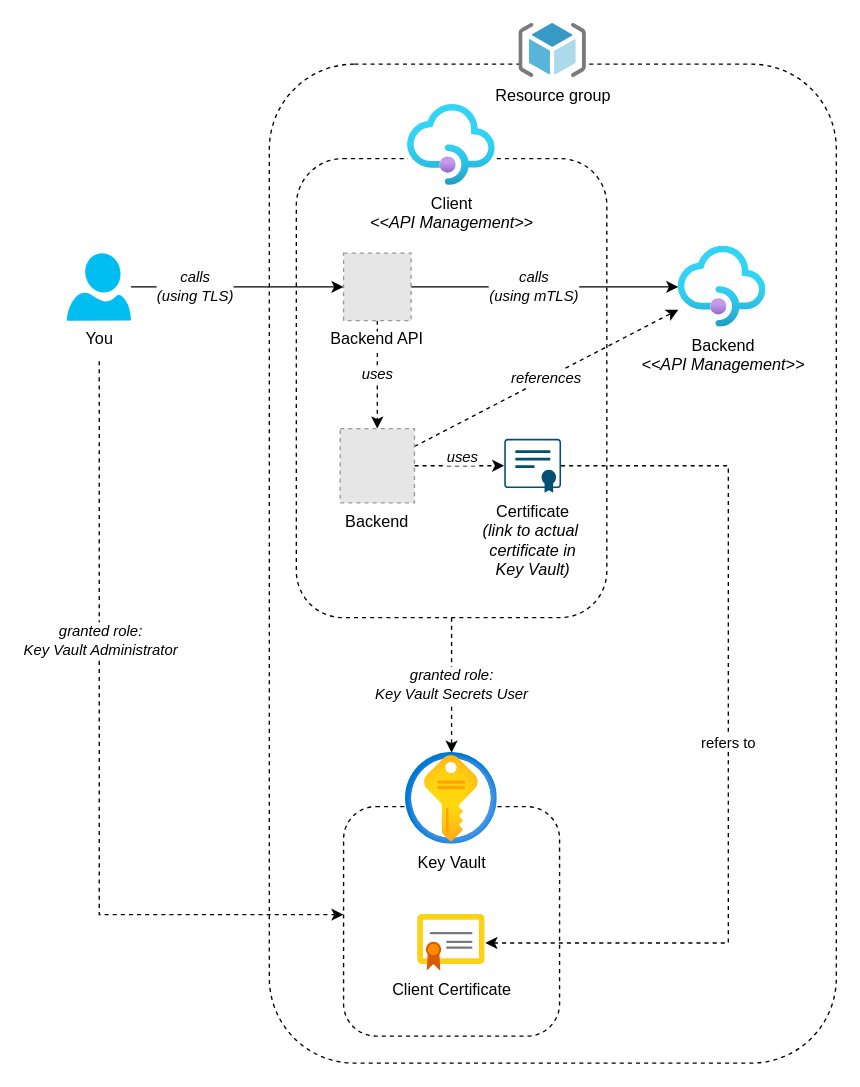
Earlier version of the draw.io diagram page "overview" (2 of 3) of static/images/apim-client-certificate-series/03-securing-backend-connections-with-mtls-in-apim/diagrams.drawio (ronaldbosma/blog). Source tidied: cells renumbered, new cells numbered last; positions are measured from the earlier drawing's top-left corner, leaving out a move shared by most shapes. Both pictures are drawn from the tidied source at 135%, with x=0, y=0 at pixel (66, 23). Pictures stored in the file or linked from it are replaced by grey dashed boxes.
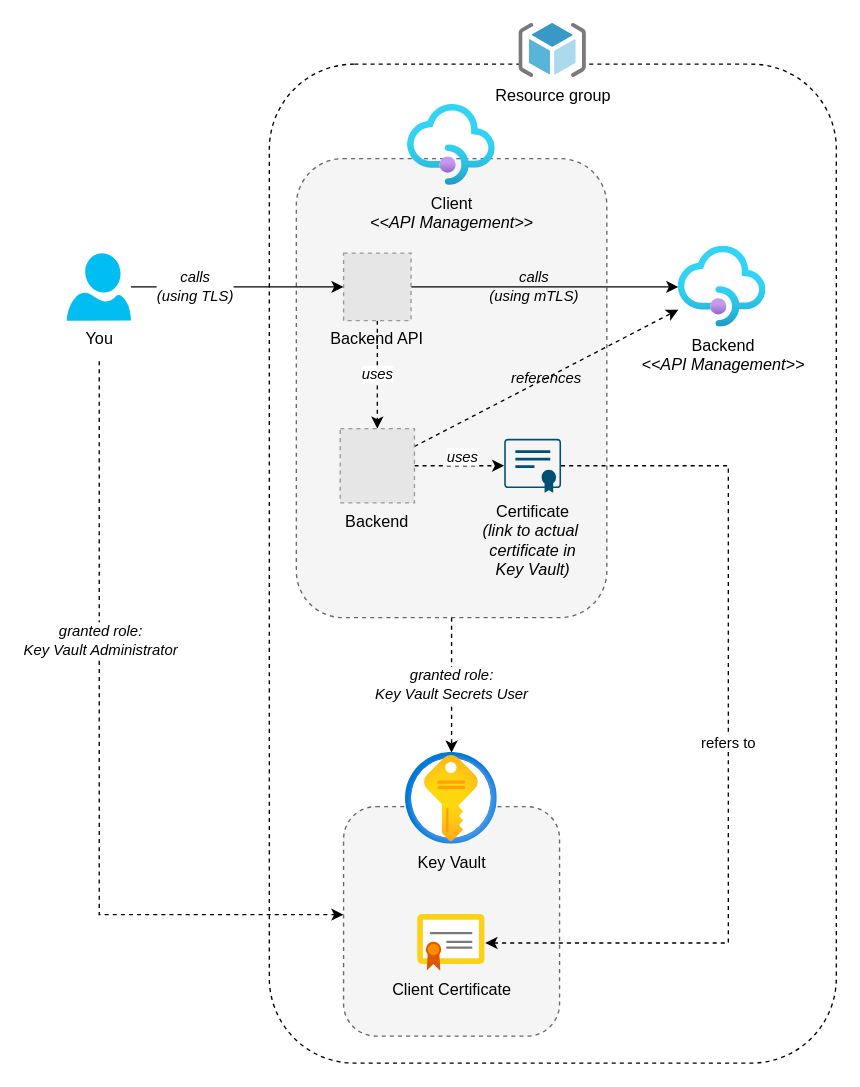
The same diagram, later.

Unchanged cells that the change refers to:
```xml
<mxCell id="4" value="Backend&lt;div&gt;&lt;i&gt;&amp;lt;&amp;lt;API Management&amp;gt;&amp;gt;&lt;/i&gt;&lt;br&gt;&lt;/div&gt;" style="image;html=1;points=[];align=center;fontSize=12;image=img/lib/azure2/app_services/API_Management_Services.svg;imageBackground=default;fontStyle=0;" parent="1" vertex="1">
  <mxGeometry x="453" y="165" width="65" height="60" as="geometry" />
</mxCell>
```

Diff of the diagram source:
```diff
@@
-    <mxCell id="3" style="rounded=1;whiteSpace=wrap;html=1;dashed=1;" parent="1" vertex="1">
+    <mxCell id="3" style="rounded=1;whiteSpace=wrap;html=1;dashed=1;fillColor=#f5f5f5;fontColor=#333333;strokeColor=#666666;" parent="1" vertex="1">
       <mxGeometry x="170" y="100" width="230" height="340" as="geometry" />
     </mxCell>
@@
-    <mxCell id="7" value="calls&lt;div&gt;(using mTLS)&lt;/div&gt;" style="edgeStyle=orthogonalEdgeStyle;rounded=0;jettySize=auto;html=1;fontStyle=2;" parent="1" edge="1" source="9" target="4">
+    <mxCell id="7" value="calls&lt;div&gt;(using mTLS)&lt;/div&gt;" style="edgeStyle=orthogonalEdgeStyle;rounded=0;jettySize=auto;html=1;fontStyle=2;labelBackgroundColor=none;" parent="1" edge="1" source="9" target="4">
       <mxGeometry x="-0.08" relative="1" as="geometry" />
     </mxCell>
@@
-    <mxCell id="9" value="Backend API" style="fillColor=#E6E6E6;strokeColor=#999999;dashed=1;verticalLabelPosition=bottom;labelBackgroundColor=default;verticalAlign=top;fontStyle=0;" parent="1" vertex="1">
+    <mxCell id="9" value="Backend API" style="fillColor=#E6E6E6;strokeColor=#999999;dashed=1;verticalLabelPosition=bottom;labelBackgroundColor=none;verticalAlign=top;fontStyle=0;" parent="1" vertex="1">
       <mxGeometry x="205" y="170" width="50" height="50" as="geometry" />
     </mxCell>
-    <mxCell id="10" value="Client&lt;div&gt;&lt;i&gt;&amp;lt;&amp;lt;API Management&amp;gt;&amp;gt;&lt;/i&gt;&lt;/div&gt;" style="image;html=1;align=center;fontSize=12;image=img/lib/azure2/app_services/API_Management_Services.svg;imageBackground=default;" parent="1" vertex="1">
+    <mxCell id="10" value="Client&lt;div&gt;&lt;i&gt;&amp;lt;&amp;lt;API Management&amp;gt;&amp;gt;&lt;/i&gt;&lt;/div&gt;" style="image;html=1;align=center;fontSize=12;image=img/lib/azure2/app_services/API_Management_Services.svg;imageBackground=none;labelBackgroundColor=none;" parent="1" vertex="1">
       <mxGeometry x="252.5" y="60" width="65" height="60" as="geometry" />
     </mxCell>
@@
-    <mxCell id="14" style="rounded=1;whiteSpace=wrap;html=1;dashed=1;" parent="1" vertex="1">
+    <mxCell id="14" style="rounded=1;whiteSpace=wrap;html=1;dashed=1;fillColor=#f5f5f5;fontColor=#333333;strokeColor=#666666;" parent="1" vertex="1">
       <mxGeometry x="205" y="580" width="160" height="170" as="geometry" />
     </mxCell>
-    <mxCell id="15" value="Client Certificate" style="image;sketch=0;html=1;points=[];align=center;fontSize=12;image=img/lib/mscae/Certificate.svg;" parent="1" vertex="1">
+    <mxCell id="15" value="Client Certificate" style="image;sketch=0;html=1;points=[];align=center;fontSize=12;image=img/lib/mscae/Certificate.svg;labelBackgroundColor=none;" parent="1" vertex="1">
       <mxGeometry x="260" y="660" width="50" height="42" as="geometry" />
     </mxCell>
-    <mxCell id="16" value="Key Vault" style="image;html=1;points=[];align=center;fontSize=12;image=img/lib/azure2/security/Key_Vaults.svg;" parent="1" vertex="1">
+    <mxCell id="16" value="Key Vault" style="image;html=1;points=[];align=center;fontSize=12;image=img/lib/azure2/security/Key_Vaults.svg;labelBackgroundColor=none;" parent="1" vertex="1">
       <mxGeometry x="251" y="540" width="68" height="68" as="geometry" />
     </mxCell>
@@
-    <mxCell id="18" value="&lt;i&gt;references&lt;/i&gt;" style="rounded=0;jettySize=auto;html=1;dashed=1;" parent="1" edge="1" source="20" target="4">
+    <mxCell id="18" value="&lt;i&gt;references&lt;/i&gt;" style="rounded=0;jettySize=auto;html=1;dashed=1;labelBackgroundColor=none;" parent="1" edge="1" source="20" target="4">
       <mxGeometry relative="1" as="geometry" />
     </mxCell>
@@
-    <mxCell id="20" value="Backend" style="fillColor=#E6E6E6;strokeColor=#999999;dashed=1;verticalLabelPosition=bottom;labelBackgroundColor=default;verticalAlign=top;" parent="1" vertex="1">
+    <mxCell id="20" value="Backend" style="fillColor=#E6E6E6;strokeColor=#999999;dashed=1;verticalLabelPosition=bottom;labelBackgroundColor=none;verticalAlign=top;" parent="1" vertex="1">
       <mxGeometry x="202.5" y="300" width="55" height="55" as="geometry" />
     </mxCell>
```
